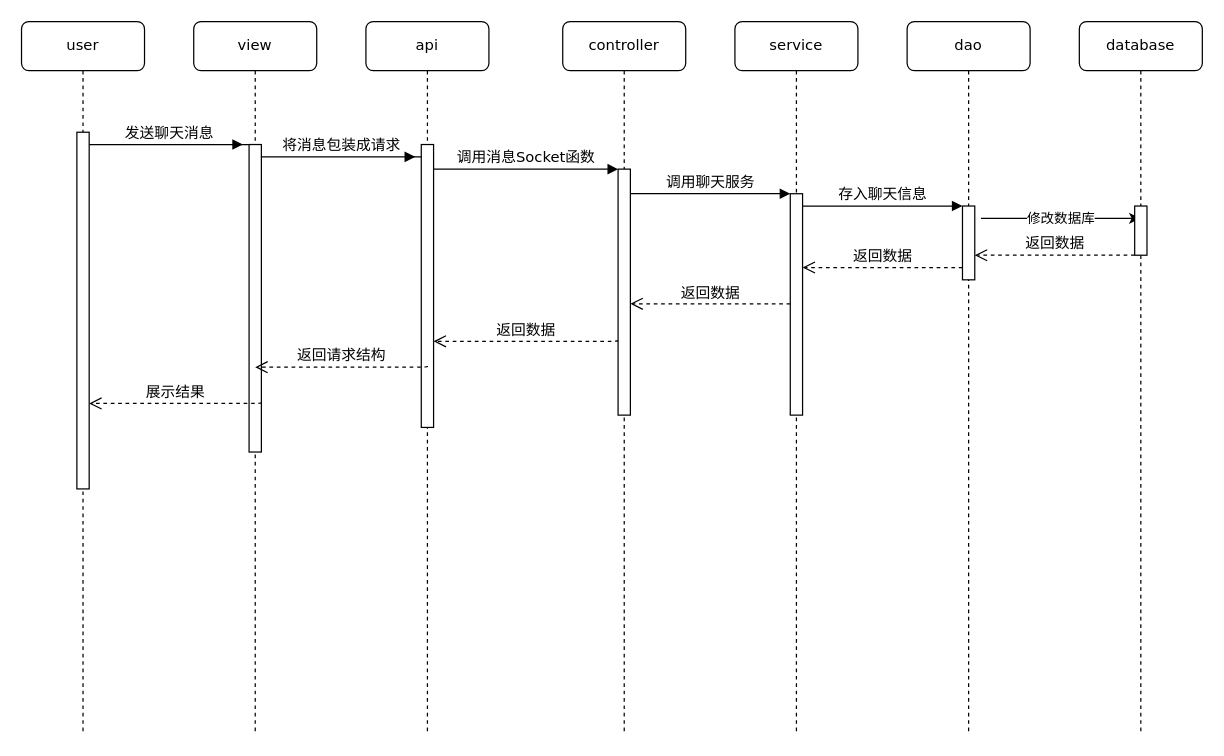
The draw.io diagram 毕业设计CQUPT/聊天时序图.drawio in myjdml/drowio, before the edit. Source tidied: cells renumbered, new cells numbered last; positions are measured from the earlier drawing's top-left corner, leaving out a move shared by most shapes. Both pictures are drawn from the tidied source at 123%, with x=0, y=0 at pixel (21, 21).
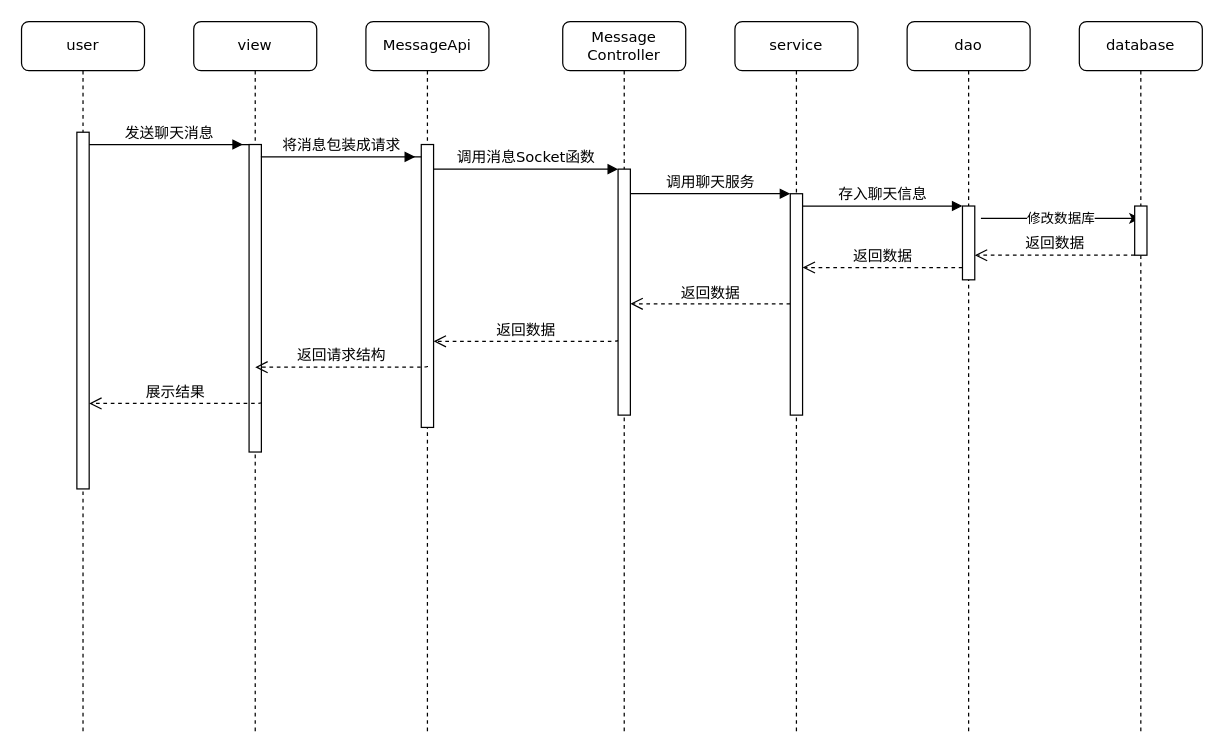
The same diagram, later.

Commit message:
更新聊天时序图.drawio

What changed in the source:
```diff
@@
-    <mxCell id="2" value="api" style="shape=umlLifeline;perimeter=lifelinePerimeter;whiteSpace=wrap;html=1;rounded=1;shadow=0;comic=0;labelBackgroundColor=none;strokeWidth=1;fontFamily=Verdana;fontSize=12;align=center;" parent="1" vertex="1">
+    <mxCell id="2" value="MessageApi" style="shape=umlLifeline;perimeter=lifelinePerimeter;whiteSpace=wrap;html=1;rounded=1;shadow=0;comic=0;labelBackgroundColor=none;strokeWidth=1;fontFamily=Verdana;fontSize=12;align=center;" parent="1" vertex="1">
       <mxGeometry x="280" width="100" height="580" as="geometry" />
     </mxCell>
@@
-    <mxCell id="5" value="controller" style="shape=umlLifeline;perimeter=lifelinePerimeter;whiteSpace=wrap;html=1;rounded=1;shadow=0;comic=0;labelBackgroundColor=none;strokeWidth=1;fontFamily=Verdana;fontSize=12;align=center;" parent="1" vertex="1">
+    <mxCell id="5" value="Message&lt;br&gt;Controller" style="shape=umlLifeline;perimeter=lifelinePerimeter;whiteSpace=wrap;html=1;rounded=1;shadow=0;comic=0;labelBackgroundColor=none;strokeWidth=1;fontFamily=Verdana;fontSize=12;align=center;" parent="1" vertex="1">
       <mxGeometry x="440" width="100" height="580" as="geometry" />
     </mxCell>
```
